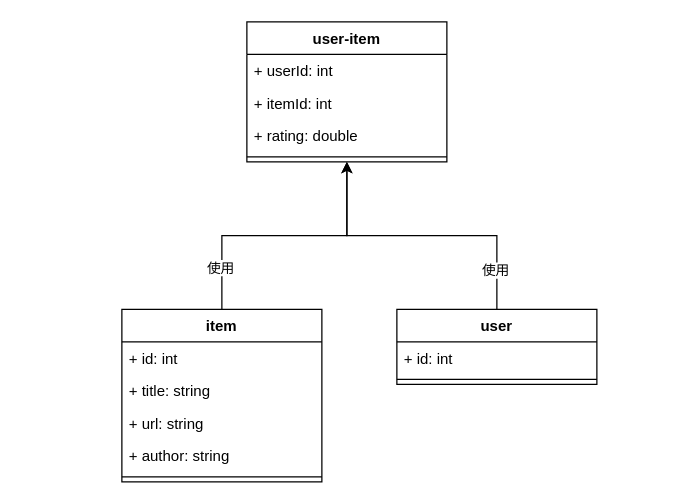
The draw.io diagram page "Page-6" (6 of 7) of 开题报告.drawio in justxuewei/draw.io, before the edit. Source tidied: cells renumbered, new cells numbered last; positions are measured from the earlier drawing's top-left corner, leaving out a move shared by most shapes. Both pictures are drawn from the tidied source at 125%, with x=0, y=0 at pixel (121, 21).
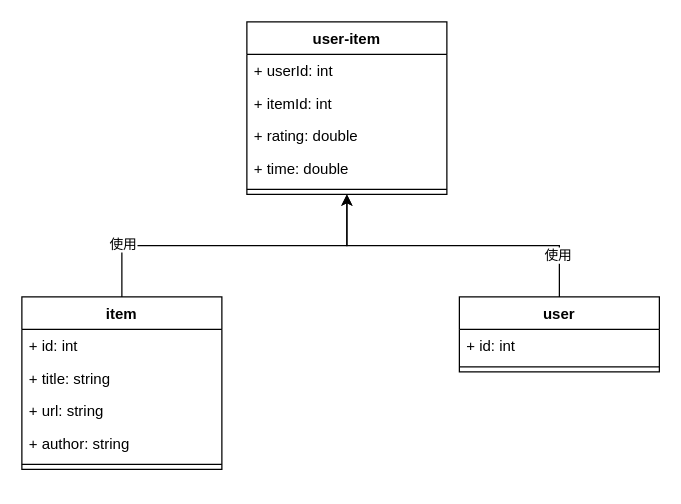
Above is the later version.

Change to the diagram source:
```diff
@@
     <mxCell id="4" value="item" style="swimlane;fontStyle=1;align=center;verticalAlign=top;horizontal=1;startSize=26;" parent="1" vertex="1">
-      <mxGeometry y="230" width="160" height="138" as="geometry" />
+      <mxGeometry x="-80" y="220" width="160" height="138" as="geometry" />
     </mxCell>
@@
     <mxCell id="12" value="user" style="swimlane;fontStyle=1;align=center;verticalAlign=top;horizontal=1;startSize=26;" parent="1" vertex="1">
-      <mxGeometry x="220" y="230" width="160" height="60" as="geometry" />
+      <mxGeometry x="270" y="220" width="160" height="60" as="geometry" />
     </mxCell>
@@
     <mxCell id="15" value="user-item" style="swimlane;fontStyle=1;align=center;verticalAlign=top;horizontal=1;startSize=26;" parent="1" vertex="1">
-      <mxGeometry x="100" width="160" height="112" as="geometry" />
+      <mxGeometry x="100" width="160" height="138" as="geometry" />
     </mxCell>
@@
+    <mxCell id="20" value="+ rating: double" style="text;strokeColor=none;fillColor=none;align=left;verticalAlign=top;spacingLeft=4;spacingRight=4;overflow=hidden;" parent="15" vertex="1">
+      <mxGeometry y="78" width="160" height="26" as="geometry" />
+    </mxCell>
-    <mxCell id="18" value="+ rating: double" style="text;strokeColor=none;fillColor=none;align=left;verticalAlign=top;spacingLeft=4;spacingRight=4;overflow=hidden;" parent="15" vertex="1">
-      <mxGeometry y="78" width="160" height="26" as="geometry" />
+    <mxCell id="18" value="+ time: double" style="text;strokeColor=none;fillColor=none;align=left;verticalAlign=top;spacingLeft=4;spacingRight=4;overflow=hidden;" parent="15" vertex="1">
+      <mxGeometry y="104" width="160" height="26" as="geometry" />
     </mxCell>
     <mxCell id="19" style="line;strokeWidth=1;fillColor=none;align=left;verticalAlign=middle;spacingTop=-1;spacingLeft=3;spacingRight=3;labelPosition=right;" parent="15" vertex="1">
-      <mxGeometry y="104" width="160" height="8" as="geometry" />
+      <mxGeometry y="130" width="160" height="8" as="geometry" />
     </mxCell>
```
